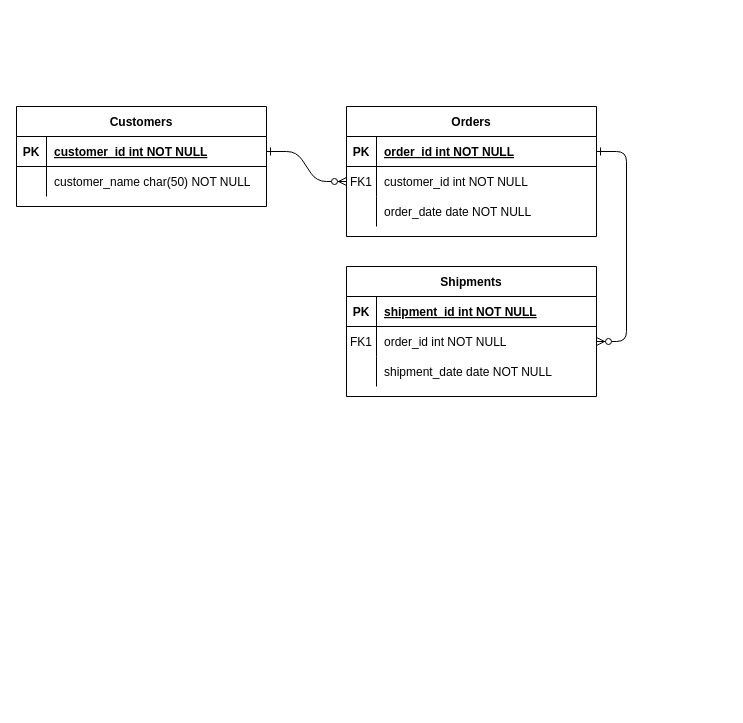
Before: Untitled Diagram.drawio in im-aditi/Uber-DataEngg, a draw.io diagram. Source tidied: cells renumbered, new cells numbered last; positions are measured from the earlier drawing's top-left corner, leaving out a move shared by most shapes. Both pictures are drawn from the tidied source at 100%, with x=0, y=0 at pixel (16, 106).
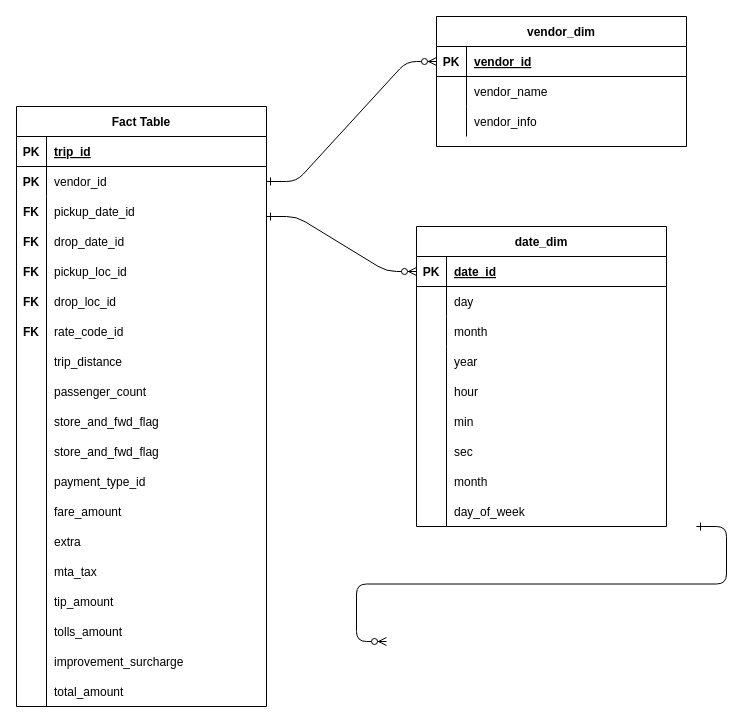
Above is the later version.

Unchanged cells that the change refers to:
```xml
<mxCell id="15" style="shape=partialRectangle;fillColor=none;top=0;left=0;right=0;bottom=1;" parent="14" vertex="1">
  <mxGeometry y="30" width="250" height="30" as="geometry" />
</mxCell>
<mxCell id="18" style="shape=partialRectangle;fillColor=none;points=[[0,0.5],[1,0.5]];portConstraint=eastwest;top=0;left=0;right=0;bottom=0;" parent="14" vertex="1">
  <mxGeometry y="60" width="250" height="30" as="geometry" />
</mxCell>
<mxCell id="21" style="shape=partialRectangle;fillColor=none;top=0;left=0;right=0;bottom=0;" parent="14" vertex="1">
  <mxGeometry y="90" width="250" height="30" as="geometry" />
</mxCell>
<mxCell id="25" style="shape=partialRectangle;fillColor=none;points=[[0,0.5],[1,0.5]];portConstraint=eastwest;top=0;left=0;right=0;bottom=1;" parent="24" vertex="1">
  <mxGeometry y="30" width="250" height="30" as="geometry" />
</mxCell>
<mxCell id="28" style="shape=partialRectangle;fillColor=none;top=0;left=0;right=0;bottom=0;" parent="24" vertex="1">
  <mxGeometry y="60" width="250" height="30" as="geometry" />
</mxCell>
```

Diff of the diagram source:
```diff
@@
-    <mxCell id="2" style="edgeStyle=entityRelationEdgeStyle;endArrow=ERzeroToMany;startArrow=ERone;endFill=1;startFill=0;" parent="1" edge="1" source="25" target="8">
-      <mxGeometry relative="1" as="geometry" />
+    <mxCell id="2" style="edgeStyle=entityRelationEdgeStyle;endArrow=ERzeroToMany;startArrow=ERone;endFill=1;startFill=0;" parent="1" edge="1">
+      <mxGeometry relative="1" as="geometry">
+        <mxPoint x="250" y="110" as="sourcePoint" />
+        <mxPoint x="400" y="165" as="targetPoint" />
+      </mxGeometry>
     </mxCell>
-    <mxCell id="3" style="edgeStyle=entityRelationEdgeStyle;endArrow=ERzeroToMany;startArrow=ERone;endFill=1;startFill=0;" parent="1" edge="1" source="5" target="18">
-      <mxGeometry relative="1" as="geometry" />
+    <mxCell id="3" style="edgeStyle=entityRelationEdgeStyle;endArrow=ERzeroToMany;startArrow=ERone;endFill=1;startFill=0;entryX=0;entryY=0.5;entryDx=0;entryDy=0;" parent="1" edge="1" target="5">
+      <mxGeometry relative="1" as="geometry">
+        <mxPoint x="250" y="75" as="sourcePoint" />
+        <Array as="points">
+          <mxPoint x="340" y="30" />
+        </Array>
+      </mxGeometry>
     </mxCell>
-    <mxCell id="4" value="Orders" style="shape=table;startSize=30;childLayout=tableLayout;rowLines=0;fontStyle=1;align=center;" parent="1" vertex="1">
-      <mxGeometry x="330" width="250" height="130" as="geometry" />
-    </mxCell>
-    <mxCell id="5" style="shape=partialRectangle;fillColor=none;points=[[0,0.5],[1,0.5]];portConstraint=eastwest;top=0;left=0;right=0;bottom=1;" parent="4" vertex="1">
-      <mxGeometry y="30" width="250" height="30" as="geometry" />
-    </mxCell>
-    <mxCell id="6" value="PK" style="shape=partialRectangle;overflow=hidden;fillColor=none;top=0;left=0;bottom=0;right=0;fontStyle=1;" parent="5" vertex="1">
-      <mxGeometry width="30" height="30" as="geometry" />
-    </mxCell>
-    <mxCell id="7" value="order_id int NOT NULL " style="shape=partialRectangle;overflow=hidden;fillColor=none;top=0;left=0;bottom=0;right=0;align=left;spacingLeft=6;fontStyle=5;" parent="5" vertex="1">
-      <mxGeometry x="30" width="220" height="30" as="geometry" />
-    </mxCell>
-    <mxCell id="8" style="shape=partialRectangle;fillColor=none;points=[[0,0.5],[1,0.5]];portConstraint=eastwest;top=0;left=0;right=0;bottom=0;" parent="4" vertex="1">
-      <mxGeometry y="60" width="250" height="30" as="geometry" />
-    </mxCell>
-    <mxCell id="9" value="FK1" style="shape=partialRectangle;overflow=hidden;fillColor=none;top=0;left=0;bottom=0;right=0;" parent="8" vertex="1">
-      <mxGeometry width="30" height="30" as="geometry" />
-    </mxCell>
-    <mxCell id="10" value="customer_id int NOT NULL" style="shape=partialRectangle;overflow=hidden;fillColor=none;top=0;left=0;bottom=0;right=0;align=left;spacingLeft=6;" parent="8" vertex="1">
-      <mxGeometry x="30" width="220" height="30" as="geometry" />
-    </mxCell>
-    <mxCell id="11" style="shape=partialRectangle;fillColor=none;top=0;left=0;right=0;bottom=0;" parent="4" vertex="1">
-      <mxGeometry y="90" width="250" height="30" as="geometry" />
-    </mxCell>
-    <mxCell id="12" style="shape=partialRectangle;overflow=hidden;fillColor=none;top=0;left=0;bottom=0;right=0;" parent="11" vertex="1">
-      <mxGeometry width="30" height="30" as="geometry" />
-    </mxCell>
-    <mxCell id="13" value="order_date date NOT NULL" style="shape=partialRectangle;overflow=hidden;fillColor=none;top=0;left=0;bottom=0;right=0;align=left;spacingLeft=6;" parent="11" vertex="1">
-      <mxGeometry x="30" width="220" height="30" as="geometry" />
-    </mxCell>
-    <mxCell id="14" value="Shipments" style="shape=table;startSize=30;childLayout=tableLayout;rowLines=0;fontStyle=1;align=center;" parent="1" vertex="1">
-      <mxGeometry x="330" y="160" width="250" height="130" as="geometry" />
+    <mxCell id="14" value="date_dim" style="shape=table;startSize=30;childLayout=tableLayout;rowLines=0;fontStyle=1;align=center;" parent="1" vertex="1">
+      <mxGeometry x="400" y="120" width="250" height="300" as="geometry" />
     </mxCell>
@@
-    <mxCell id="17" value="shipment_id int NOT NULL " style="shape=partialRectangle;overflow=hidden;fillColor=none;top=0;left=0;bottom=0;right=0;align=left;spacingLeft=6;fontStyle=5;" parent="15" vertex="1">
+    <mxCell id="17" value="date_id" style="shape=partialRectangle;overflow=hidden;fillColor=none;top=0;left=0;bottom=0;right=0;align=left;spacingLeft=6;fontStyle=5;" parent="15" vertex="1">
       <mxGeometry x="30" width="220" height="30" as="geometry" />
     </mxCell>
@@
-    <mxCell id="19" value="FK1" style="shape=partialRectangle;overflow=hidden;fillColor=none;top=0;left=0;bottom=0;right=0;" parent="18" vertex="1">
+    <mxCell id="19" style="shape=partialRectangle;overflow=hidden;fillColor=none;top=0;left=0;bottom=0;right=0;" parent="18" vertex="1">
       <mxGeometry width="30" height="30" as="geometry" />
     </mxCell>
-    <mxCell id="20" value="order_id int NOT NULL" style="shape=partialRectangle;overflow=hidden;fillColor=none;top=0;left=0;bottom=0;right=0;align=left;spacingLeft=6;" parent="18" vertex="1">
+    <mxCell id="20" value="day" style="shape=partialRectangle;overflow=hidden;fillColor=none;top=0;left=0;bottom=0;right=0;align=left;spacingLeft=6;" parent="18" vertex="1">
       <mxGeometry x="30" width="220" height="30" as="geometry" />
     </mxCell>
@@
-    <mxCell id="23" value="shipment_date date NOT NULL" style="shape=partialRectangle;overflow=hidden;fillColor=none;top=0;left=0;bottom=0;right=0;align=left;spacingLeft=6;" parent="21" vertex="1">
+    <mxCell id="23" value="month" style="shape=partialRectangle;overflow=hidden;fillColor=none;top=0;left=0;bottom=0;right=0;align=left;spacingLeft=6;" parent="21" vertex="1">
       <mxGeometry x="30" width="220" height="30" as="geometry" />
     </mxCell>
-    <mxCell id="24" value="Customers" style="shape=table;startSize=30;childLayout=tableLayout;rowLines=0;fontStyle=1;align=center;" parent="1" vertex="1">
-      <mxGeometry width="250" height="100" as="geometry" />
+    <mxCell id="24" value="Fact Table" style="shape=table;startSize=30;childLayout=tableLayout;rowLines=0;fontStyle=1;align=center;" parent="1" vertex="1">
+      <mxGeometry width="250" height="600" as="geometry" />
     </mxCell>
@@
-    <mxCell id="27" value="customer_id int NOT NULL " style="shape=partialRectangle;overflow=hidden;fillColor=none;top=0;left=0;bottom=0;right=0;align=left;spacingLeft=6;fontStyle=5;" parent="25" vertex="1">
+    <mxCell id="27" value="trip_id" style="shape=partialRectangle;overflow=hidden;fillColor=none;top=0;left=0;bottom=0;right=0;align=left;spacingLeft=6;fontStyle=5;" parent="25" vertex="1">
       <mxGeometry x="30" width="220" height="30" as="geometry" />
     </mxCell>
@@
-    <mxCell id="30" value="customer_name char(50) NOT NULL" style="shape=partialRectangle;overflow=hidden;fillColor=none;top=0;left=0;bottom=0;right=0;align=left;spacingLeft=6;" parent="28" vertex="1">
+    <mxCell id="30" value="vendor_id" style="shape=partialRectangle;overflow=hidden;fillColor=none;top=0;left=0;bottom=0;right=0;align=left;spacingLeft=6;" parent="28" vertex="1">
       <mxGeometry x="30" width="220" height="30" as="geometry" />
     </mxCell>
+    <mxCell id="31" value="pickup_date_id" style="shape=partialRectangle;overflow=hidden;fillColor=none;top=0;left=0;bottom=0;right=0;align=left;spacingLeft=6;" parent="1" vertex="1">
+      <mxGeometry x="30" y="90" width="220" height="30" as="geometry" />
+    </mxCell>
+    <mxCell id="32" value="PK" style="shape=partialRectangle;overflow=hidden;fillColor=none;top=0;left=0;bottom=0;right=0;fontStyle=1;" parent="1" vertex="1">
+      <mxGeometry y="60" width="30" height="30" as="geometry" />
+    </mxCell>
+    <mxCell id="33" value="FK" style="shape=partialRectangle;overflow=hidden;fillColor=none;top=0;left=0;bottom=0;right=0;fontStyle=1;" parent="1" vertex="1">
+      <mxGeometry y="90" width="30" height="30" as="geometry" />
+    </mxCell>
+    <mxCell id="34" value="drop_date_id" style="shape=partialRectangle;overflow=hidden;fillColor=none;top=0;left=0;bottom=0;right=0;align=left;spacingLeft=6;" parent="1" vertex="1">
+      <mxGeometry x="30" y="120" width="220" height="30" as="geometry" />
+    </mxCell>
+    <mxCell id="35" value="passenger_count" style="shape=partialRectangle;overflow=hidden;fillColor=none;top=0;left=0;bottom=0;right=0;align=left;spacingLeft=6;" parent="1" vertex="1">
+      <mxGeometry x="30" y="270" width="220" height="30" as="geometry" />
+    </mxCell>
+    <mxCell id="36" value="trip_distance" style="shape=partialRectangle;overflow=hidden;fillColor=none;top=0;left=0;bottom=0;right=0;align=left;spacingLeft=6;" parent="1" vertex="1">
+      <mxGeometry x="30" y="240" width="220" height="30" as="geometry" />
+    </mxCell>
+    <mxCell id="37" value="pickup_loc_id" style="shape=partialRectangle;overflow=hidden;fillColor=none;top=0;left=0;bottom=0;right=0;align=left;spacingLeft=6;" parent="1" vertex="1">
+      <mxGeometry x="30" y="150" width="220" height="30" as="geometry" />
+    </mxCell>
+    <mxCell id="38" value="FK" style="shape=partialRectangle;overflow=hidden;fillColor=none;top=0;left=0;bottom=0;right=0;fontStyle=1;" parent="1" vertex="1">
+      <mxGeometry y="120" width="30" height="30" as="geometry" />
+    </mxCell>
+    <mxCell id="39" style="endArrow=none;html=1;rounded=0;" parent="1" edge="1">
+      <mxGeometry relative="1" as="geometry">
+        <mxPoint x="30" y="600" as="sourcePoint" />
+        <mxPoint x="30" y="90" as="targetPoint" />
+      </mxGeometry>
+    </mxCell>
+    <mxCell id="40" value="drop_loc_id" style="shape=partialRectangle;overflow=hidden;fillColor=none;top=0;left=0;bottom=0;right=0;align=left;spacingLeft=6;" parent="1" vertex="1">
+      <mxGeometry x="30" y="180" width="220" height="30" as="geometry" />
+    </mxCell>
+    <mxCell id="41" value="FK" style="shape=partialRectangle;overflow=hidden;fillColor=none;top=0;left=0;bottom=0;right=0;fontStyle=1;" parent="1" vertex="1">
+      <mxGeometry y="180" width="30" height="30" as="geometry" />
+    </mxCell>
+    <mxCell id="42" value="FK" style="shape=partialRectangle;overflow=hidden;fillColor=none;top=0;left=0;bottom=0;right=0;fontStyle=1;" parent="1" vertex="1">
+      <mxGeometry y="210" width="30" height="30" as="geometry" />
+    </mxCell>
+    <mxCell id="43" value="rate_code_id" style="shape=partialRectangle;overflow=hidden;fillColor=none;top=0;left=0;bottom=0;right=0;align=left;spacingLeft=6;" parent="1" vertex="1">
+      <mxGeometry x="30" y="210" width="220" height="30" as="geometry" />
+    </mxCell>
+    <mxCell id="44" value="FK" style="shape=partialRectangle;overflow=hidden;fillColor=none;top=0;left=0;bottom=0;right=0;fontStyle=1;" parent="1" vertex="1">
+      <mxGeometry y="150" width="30" height="30" as="geometry" />
+    </mxCell>
+    <mxCell id="45" value="store_and_fwd_flag" style="shape=partialRectangle;overflow=hidden;fillColor=none;top=0;left=0;bottom=0;right=0;align=left;spacingLeft=6;" parent="1" vertex="1">
+      <mxGeometry x="30" y="300" width="220" height="30" as="geometry" />
+    </mxCell>
+    <mxCell id="46" value="store_and_fwd_flag" style="shape=partialRectangle;overflow=hidden;fillColor=none;top=0;left=0;bottom=0;right=0;align=left;spacingLeft=6;" parent="1" vertex="1">
+      <mxGeometry x="30" y="330" width="220" height="30" as="geometry" />
+    </mxCell>
+    <mxCell id="47" value="payment_type_id" style="shape=partialRectangle;overflow=hidden;fillColor=none;top=0;left=0;bottom=0;right=0;align=left;spacingLeft=6;" parent="1" vertex="1">
+      <mxGeometry x="30" y="360" width="220" height="30" as="geometry" />
+    </mxCell>
+    <mxCell id="48" value="fare_amount" style="shape=partialRectangle;overflow=hidden;fillColor=none;top=0;left=0;bottom=0;right=0;align=left;spacingLeft=6;" parent="1" vertex="1">
+      <mxGeometry x="30" y="390" width="220" height="30" as="geometry" />
+    </mxCell>
+    <mxCell id="49" value="extra" style="shape=partialRectangle;overflow=hidden;fillColor=none;top=0;left=0;bottom=0;right=0;align=left;spacingLeft=6;" parent="1" vertex="1">
+      <mxGeometry x="30" y="420" width="220" height="30" as="geometry" />
+    </mxCell>
+    <mxCell id="50" value="mta_tax" style="shape=partialRectangle;overflow=hidden;fillColor=none;top=0;left=0;bottom=0;right=0;align=left;spacingLeft=6;" parent="1" vertex="1">
+      <mxGeometry x="30" y="450" width="220" height="30" as="geometry" />
+    </mxCell>
+    <mxCell id="51" value="tip_amount" style="shape=partialRectangle;overflow=hidden;fillColor=none;top=0;left=0;bottom=0;right=0;align=left;spacingLeft=6;" parent="1" vertex="1">
+      <mxGeometry x="30" y="480" width="220" height="30" as="geometry" />
+    </mxCell>
+    <mxCell id="52" value="tolls_amount" style="shape=partialRectangle;overflow=hidden;fillColor=none;top=0;left=0;bottom=0;right=0;align=left;spacingLeft=6;" parent="1" vertex="1">
+      <mxGeometry x="30" y="510" width="220" height="30" as="geometry" />
+    </mxCell>
+    <mxCell id="53" value="improvement_surcharge" style="shape=partialRectangle;overflow=hidden;fillColor=none;top=0;left=0;bottom=0;right=0;align=left;spacingLeft=6;" parent="1" vertex="1">
+      <mxGeometry x="30" y="540" width="220" height="30" as="geometry" />
+    </mxCell>
+    <mxCell id="54" value="total_amount" style="shape=partialRectangle;overflow=hidden;fillColor=none;top=0;left=0;bottom=0;right=0;align=left;spacingLeft=6;" parent="1" vertex="1">
+      <mxGeometry x="30" y="570" width="220" height="30" as="geometry" />
+    </mxCell>
+    <mxCell id="4" value="vendor_dim" style="shape=table;startSize=30;childLayout=tableLayout;rowLines=0;fontStyle=1;align=center;" parent="1" vertex="1">
+      <mxGeometry x="420" y="-90" width="250" height="130" as="geometry" />
+    </mxCell>
+    <mxCell id="5" style="shape=partialRectangle;fillColor=none;points=[[0,0.5],[1,0.5]];portConstraint=eastwest;top=0;left=0;right=0;bottom=1;" parent="4" vertex="1">
+      <mxGeometry y="30" width="250" height="30" as="geometry" />
+    </mxCell>
+    <mxCell id="6" value="PK" style="shape=partialRectangle;overflow=hidden;fillColor=none;top=0;left=0;bottom=0;right=0;fontStyle=1;" parent="5" vertex="1">
+      <mxGeometry width="30" height="30" as="geometry" />
+    </mxCell>
+    <mxCell id="7" value="vendor_id" style="shape=partialRectangle;overflow=hidden;fillColor=none;top=0;left=0;bottom=0;right=0;align=left;spacingLeft=6;fontStyle=5;" parent="5" vertex="1">
+      <mxGeometry x="30" width="220" height="30" as="geometry" />
+    </mxCell>
+    <mxCell id="8" style="shape=partialRectangle;fillColor=none;points=[[0,0.5],[1,0.5]];portConstraint=eastwest;top=0;left=0;right=0;bottom=0;" parent="4" vertex="1">
+      <mxGeometry y="60" width="250" height="30" as="geometry" />
+    </mxCell>
+    <mxCell id="9" style="shape=partialRectangle;overflow=hidden;fillColor=none;top=0;left=0;bottom=0;right=0;" parent="8" vertex="1">
+      <mxGeometry width="30" height="30" as="geometry" />
+    </mxCell>
+    <mxCell id="10" value="vendor_name" style="shape=partialRectangle;overflow=hidden;fillColor=none;top=0;left=0;bottom=0;right=0;align=left;spacingLeft=6;" parent="8" vertex="1">
+      <mxGeometry x="30" width="220" height="30" as="geometry" />
+    </mxCell>
+    <mxCell id="11" style="shape=partialRectangle;fillColor=none;top=0;left=0;right=0;bottom=0;" parent="4" vertex="1">
+      <mxGeometry y="90" width="250" height="30" as="geometry" />
+    </mxCell>
+    <mxCell id="12" style="shape=partialRectangle;overflow=hidden;fillColor=none;top=0;left=0;bottom=0;right=0;" parent="11" vertex="1">
+      <mxGeometry width="30" height="30" as="geometry" />
+    </mxCell>
+    <mxCell id="13" value="vendor_info" style="shape=partialRectangle;overflow=hidden;fillColor=none;top=0;left=0;bottom=0;right=0;align=left;spacingLeft=6;" parent="11" vertex="1">
+      <mxGeometry x="30" width="220" height="30" as="geometry" />
+    </mxCell>
+    <mxCell id="55" value="year" style="shape=partialRectangle;overflow=hidden;fillColor=none;top=0;left=0;bottom=0;right=0;align=left;spacingLeft=6;" parent="1" vertex="1">
+      <mxGeometry x="430" y="240" width="220" height="30" as="geometry" />
+    </mxCell>
+    <mxCell id="56" value="hour" style="shape=partialRectangle;overflow=hidden;fillColor=none;top=0;left=0;bottom=0;right=0;align=left;spacingLeft=6;" parent="1" vertex="1">
+      <mxGeometry x="430" y="270" width="220" height="30" as="geometry" />
+    </mxCell>
+    <mxCell id="57" value="min" style="shape=partialRectangle;overflow=hidden;fillColor=none;top=0;left=0;bottom=0;right=0;align=left;spacingLeft=6;" parent="1" vertex="1">
+      <mxGeometry x="430" y="300" width="220" height="30" as="geometry" />
+    </mxCell>
+    <mxCell id="58" value="sec" style="shape=partialRectangle;overflow=hidden;fillColor=none;top=0;left=0;bottom=0;right=0;align=left;spacingLeft=6;" parent="1" vertex="1">
+      <mxGeometry x="430" y="330" width="220" height="30" as="geometry" />
+    </mxCell>
+    <mxCell id="59" value="month" style="shape=partialRectangle;overflow=hidden;fillColor=none;top=0;left=0;bottom=0;right=0;align=left;spacingLeft=6;" parent="1" vertex="1">
+      <mxGeometry x="430" y="360" width="220" height="30" as="geometry" />
+    </mxCell>
+    <mxCell id="60" value="day_of_week" style="shape=partialRectangle;overflow=hidden;fillColor=none;top=0;left=0;bottom=0;right=0;align=left;spacingLeft=6;" parent="1" vertex="1">
+      <mxGeometry x="430" y="390" width="220" height="30" as="geometry" />
+    </mxCell>
+    <mxCell id="61" style="endArrow=none;html=1;rounded=0;" parent="1" edge="1">
+      <mxGeometry relative="1" as="geometry">
+        <mxPoint x="430" y="420" as="sourcePoint" />
+        <mxPoint x="430" y="240" as="targetPoint" />
+      </mxGeometry>
+    </mxCell>
+    <mxCell id="62" style="edgeStyle=entityRelationEdgeStyle;endArrow=ERzeroToMany;startArrow=ERone;endFill=1;startFill=0;" parent="1" edge="1">
+      <mxGeometry relative="1" as="geometry">
+        <mxPoint x="680" y="420" as="sourcePoint" />
+        <mxPoint x="370" y="535" as="targetPoint" />
+      </mxGeometry>
+    </mxCell>
```
